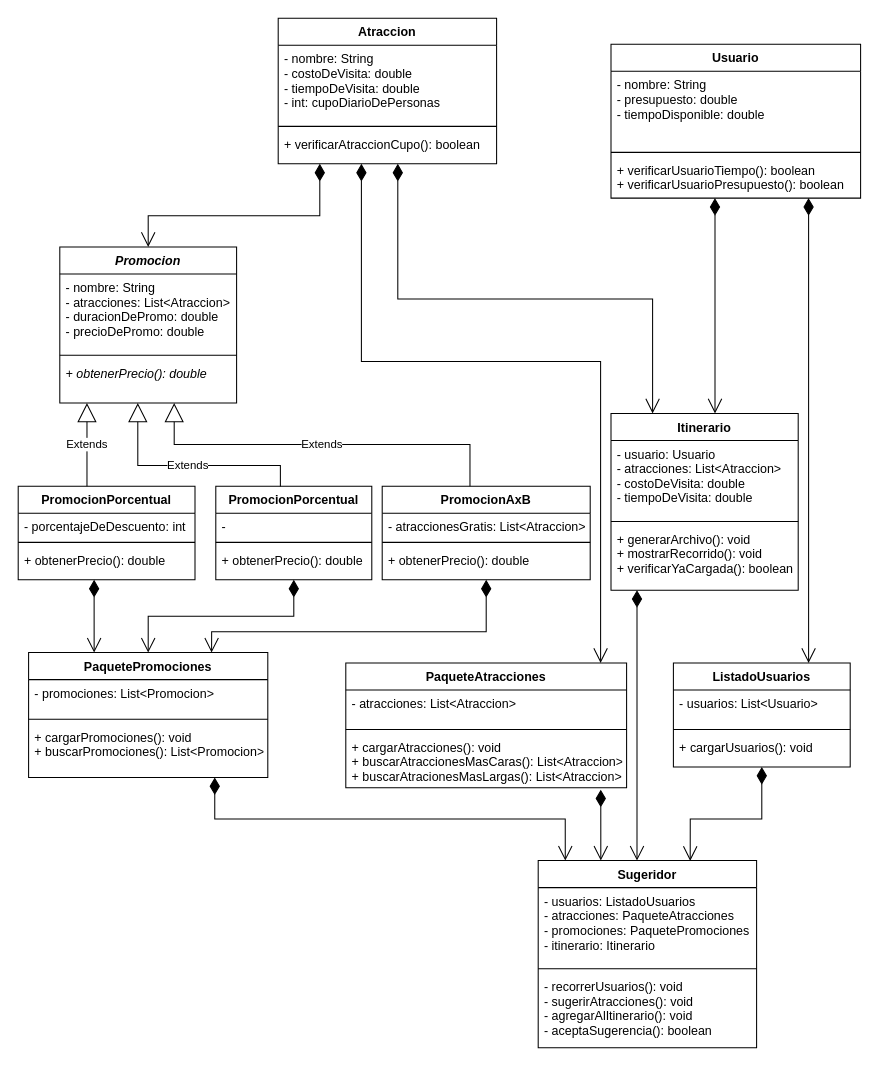
The draw.io diagram UML/TierraMedia.drawio in telejam/Turismo-en-la-Tierra-Media-1, before the edit. Source tidied: cells renumbered, new cells numbered last; positions are measured from the earlier drawing's top-left corner, leaving out a move shared by most shapes. Both pictures are drawn from the tidied source at 104%, with x=0, y=0 at pixel (18, 18).
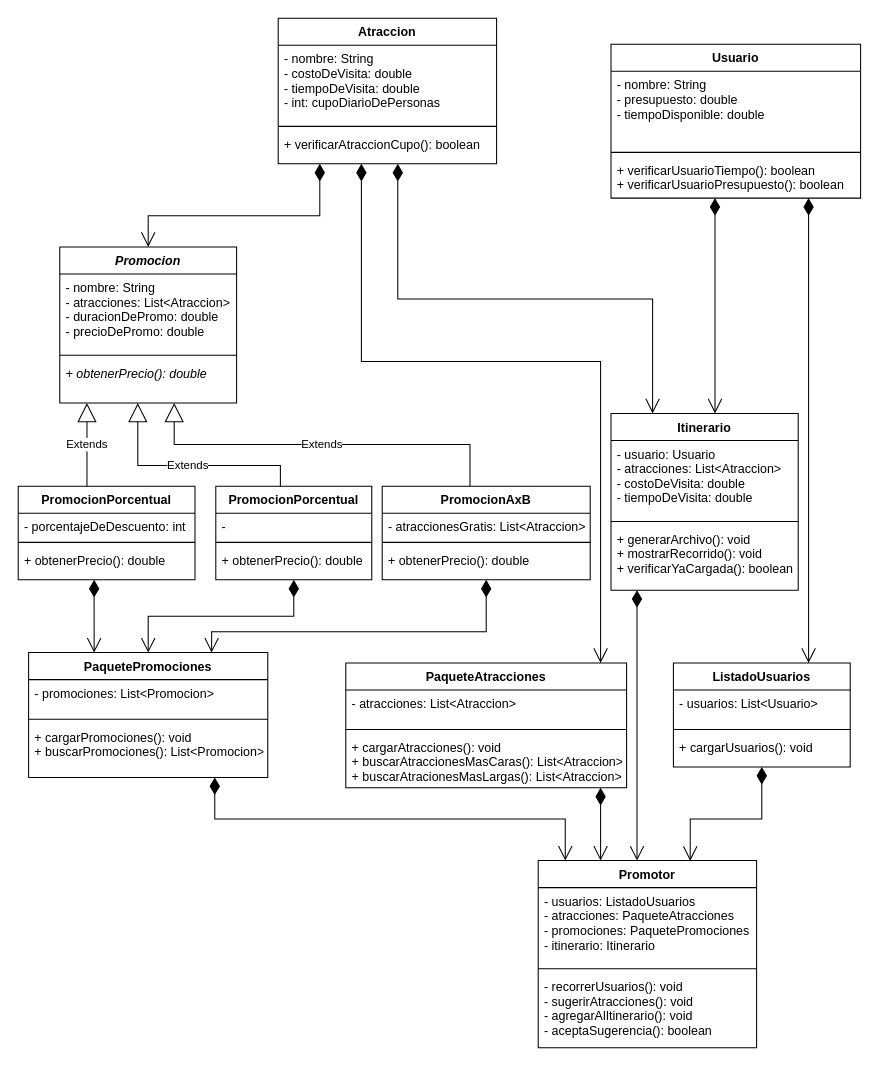
The same diagram, later.

The change refers to these unchanged cells:
```xml
<mxCell id="40" value="PaqueteAtracciones" style="swimlane;fontStyle=1;align=center;verticalAlign=top;horizontal=1;startSize=26;" parent="1" vertex="1">
  <mxGeometry x="315" y="620" width="270" height="120" as="geometry" />
</mxCell>
<mxCell id="43" value="+ cargarAtracciones(): void&#10;+ buscarAtraccionesMasCaras(): List&lt;Atraccion&gt;&#10;+ buscarAtracionesMasLargas(): List&lt;Atraccion&gt;&#10;" style="text;strokeColor=none;fillColor=none;align=left;verticalAlign=top;spacingLeft=4;spacingRight=4;overflow=hidden;points=[[0,0.5],[1,0.5]];portConstraint=eastwest;" parent="40" vertex="1">
  <mxGeometry y="68" width="270" height="52" as="geometry" />
</mxCell>
```

What changed in the source:
```diff
@@
-    <mxCell id="36" value="Sugeridor" style="swimlane;fontStyle=1;align=center;verticalAlign=top;horizontal=1;startSize=26;" parent="1" vertex="1">
+    <mxCell id="36" value="Promotor" style="swimlane;fontStyle=1;align=center;verticalAlign=top;horizontal=1;startSize=26;" parent="1" vertex="1">
       <mxGeometry x="500" y="810" width="210" height="180" as="geometry" />
     </mxCell>
@@
-    <mxCell id="60" style="endArrow=open;html=1;endSize=12;startArrow=diamondThin;startSize=14;startFill=1;edgeStyle=orthogonalEdgeStyle;align=left;verticalAlign=bottom;rounded=0;exitX=0.908;exitY=1.034;exitDx=0;exitDy=0;exitPerimeter=0;" parent="1" edge="1" source="43" target="36">
+    <mxCell id="60" style="endArrow=open;html=1;endSize=12;startArrow=diamondThin;startSize=14;startFill=1;edgeStyle=orthogonalEdgeStyle;align=left;verticalAlign=bottom;rounded=0;" parent="1" edge="1" source="40" target="36">
       <mxGeometry x="-1" y="3" relative="1" as="geometry">
         <Array as="points">
-          <mxPoint x="560" y="780" />
-          <mxPoint x="560" y="780" />
+          <mxPoint x="560" y="800" />
+          <mxPoint x="560" y="800" />
         </Array>
       </mxGeometry>
     </mxCell>
```
